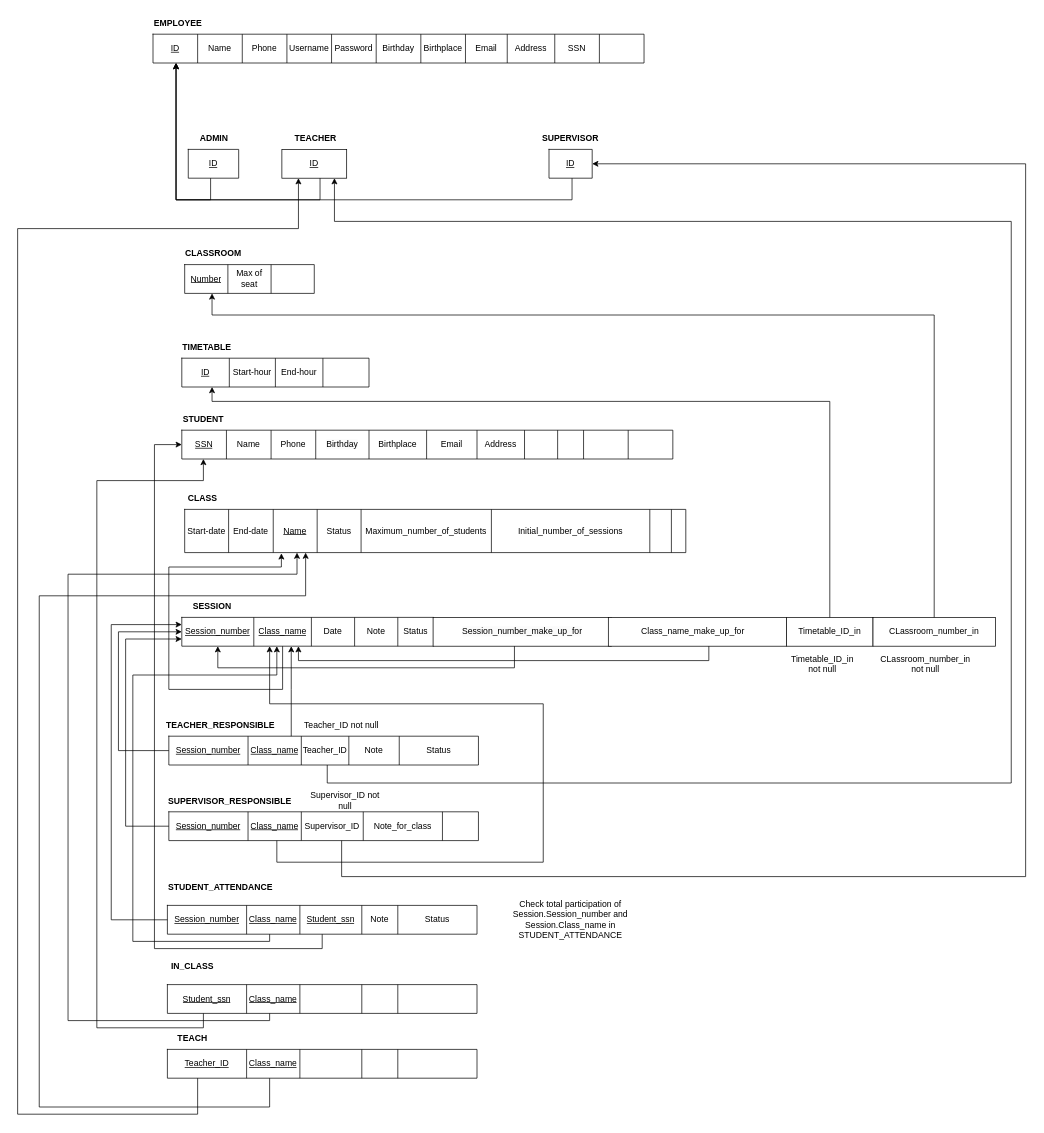
Above: Week 3/Mapping.drawio in astr0tas/English-Center-Attendance-Check (draw.io), before the change. Source tidied: cells renumbered, new cells numbered last; positions are measured from the earlier drawing's top-left corner, leaving out a move shared by most shapes. Both pictures are drawn from the tidied source at 72%, with x=0, y=0 at pixel (17, 12).
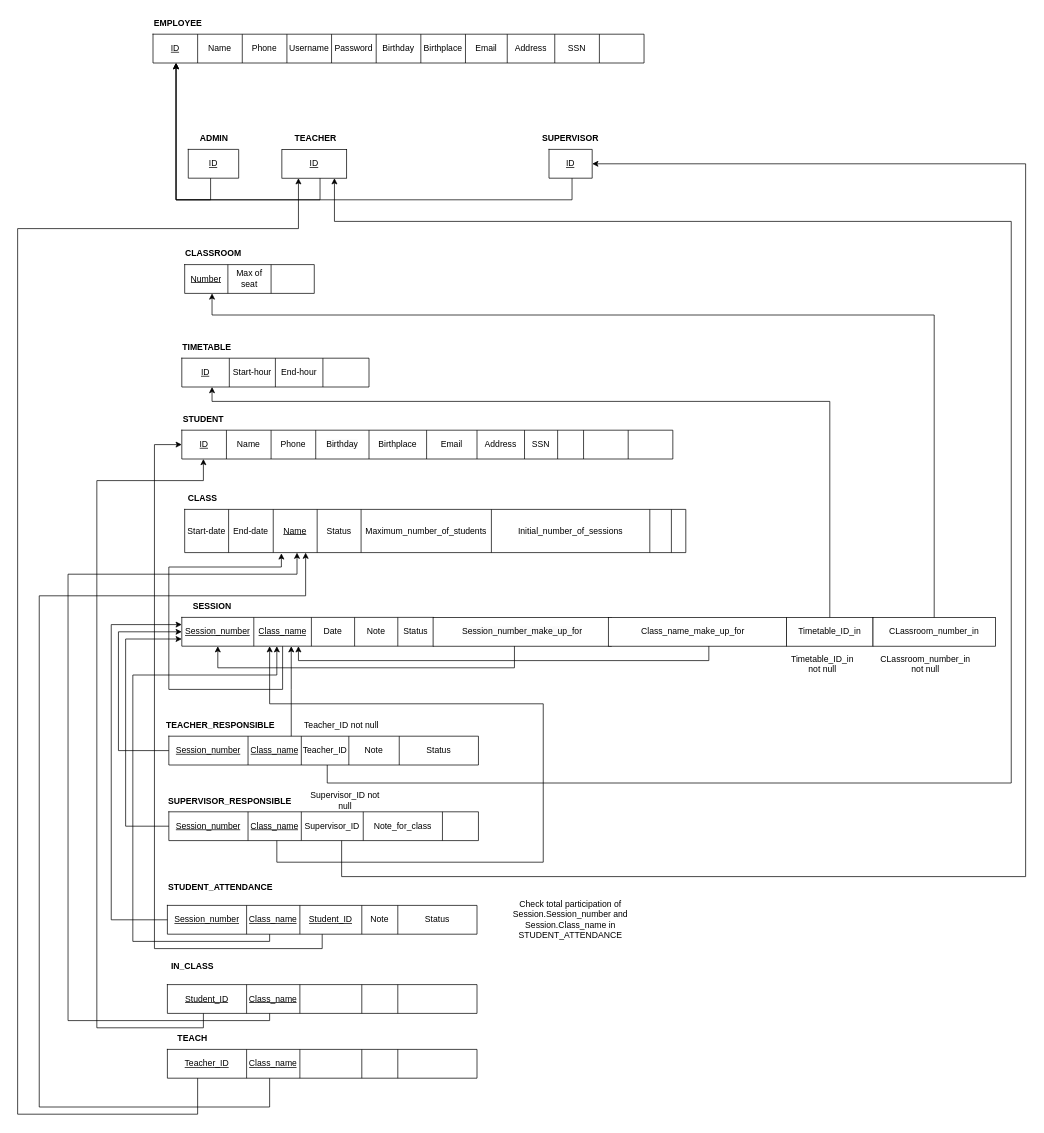
The same diagram, later.

Unchanged cells that the change refers to:
```xml
<mxCell id="17" style="shape=tableRow;horizontal=0;startSize=0;swimlaneHead=0;swimlaneBody=0;strokeColor=inherit;top=0;left=0;bottom=0;right=0;fillColor=none;points=[[0,0.5],[1,0.5]];portConstraint=eastwest;" parent="16" vertex="1">
  <mxGeometry width="682" height="40" as="geometry" />
</mxCell>
<mxCell id="73" style="shape=tableRow;horizontal=0;startSize=0;swimlaneHead=0;swimlaneBody=0;strokeColor=inherit;top=0;left=0;bottom=0;right=0;fillColor=none;points=[[0,0.5],[1,0.5]];portConstraint=eastwest;" parent="72" vertex="1">
  <mxGeometry width="430" height="40" as="geometry" />
</mxCell>
<mxCell id="81" style="shape=tableRow;horizontal=0;startSize=0;swimlaneHead=0;swimlaneBody=0;strokeColor=inherit;top=0;left=0;bottom=0;right=0;fillColor=none;points=[[0,0.5],[1,0.5]];portConstraint=eastwest;" parent="80" vertex="1">
  <mxGeometry width="430" height="40" as="geometry" />
</mxCell>
```

The edit, as a diff of the source:
```diff
@@
-    <mxCell id="18" value="&lt;u&gt;SSN&lt;/u&gt;" style="shape=partialRectangle;html=1;whiteSpace=wrap;strokeColor=inherit;overflow=hidden;fillColor=none;top=0;left=0;bottom=0;right=0;" parent="17" vertex="1">
+    <mxCell id="18" value="&lt;u&gt;ID&lt;/u&gt;" style="shape=partialRectangle;html=1;whiteSpace=wrap;strokeColor=inherit;overflow=hidden;fillColor=none;top=0;left=0;bottom=0;right=0;" parent="17" vertex="1">
       <mxGeometry width="62" height="40" as="geometry" />
     </mxCell>
@@
-    <mxCell id="25" style="shape=partialRectangle;html=1;whiteSpace=wrap;strokeColor=inherit;overflow=hidden;fillColor=none;top=0;left=0;bottom=0;right=0;" parent="17" vertex="1">
+    <mxCell id="25" value="SSN" style="shape=partialRectangle;html=1;whiteSpace=wrap;strokeColor=inherit;overflow=hidden;fillColor=none;top=0;left=0;bottom=0;right=0;" parent="17" vertex="1">
       <mxGeometry x="476" width="46" height="40" as="geometry" />
     </mxCell>
@@
-    <mxCell id="76" value="&lt;span style=&quot;border-color: var(--border-color);&quot;&gt;&lt;u&gt;Student_ssn&lt;/u&gt;&lt;/span&gt;" style="shape=partialRectangle;html=1;whiteSpace=wrap;strokeColor=inherit;overflow=hidden;fillColor=none;top=0;left=0;bottom=0;right=0;" parent="73" vertex="1">
+    <mxCell id="76" value="&lt;span style=&quot;border-color: var(--border-color);&quot;&gt;&lt;u&gt;Student_ID&lt;/u&gt;&lt;/span&gt;" style="shape=partialRectangle;html=1;whiteSpace=wrap;strokeColor=inherit;overflow=hidden;fillColor=none;top=0;left=0;bottom=0;right=0;" parent="73" vertex="1">
       <mxGeometry x="184" width="86" height="40" as="geometry" />
     </mxCell>
@@
-    <mxCell id="82" value="&lt;u style=&quot;border-color: var(--border-color);&quot;&gt;Student_ssn&lt;/u&gt;" style="shape=partialRectangle;html=1;whiteSpace=wrap;strokeColor=inherit;overflow=hidden;fillColor=none;top=0;left=0;bottom=0;right=0;" parent="81" vertex="1">
+    <mxCell id="82" value="&lt;u style=&quot;border-color: var(--border-color);&quot;&gt;Student_ID&lt;/u&gt;" style="shape=partialRectangle;html=1;whiteSpace=wrap;strokeColor=inherit;overflow=hidden;fillColor=none;top=0;left=0;bottom=0;right=0;" parent="81" vertex="1">
       <mxGeometry width="110" height="40" as="geometry" />
     </mxCell>
```
